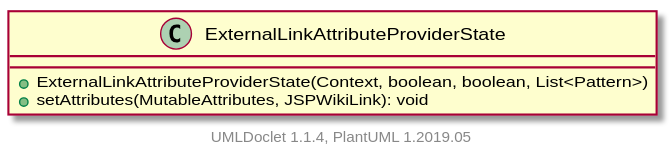
Before: apidocs/2.11.0.M8-SNAPSHOT/org/apache/wiki/markdown/extensions/jspwikilinks/attributeprovider/ExternalLinkAttributeProviderState.svg, a diagram exported from PlantUML (apache/jspwiki-site).
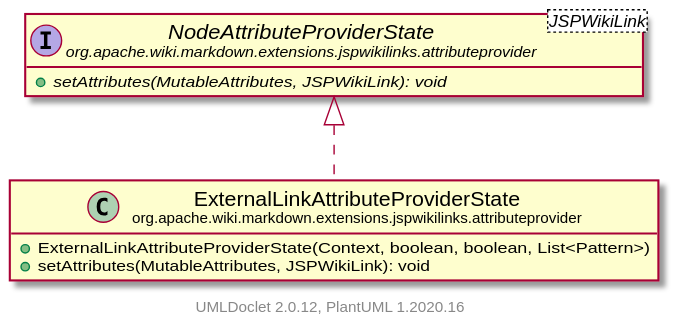
Later version of the same file.

What changed in the source:
```diff
@@ -1,10 +1,18 @@
 @startuml
+    set namespaceSeparator none
+    hide empty fields
+    hide empty methods
 
-    class ExternalLinkAttributeProviderState [[ExternalLinkAttributeProviderState.html]] {
+    class "<size:14>ExternalLinkAttributeProviderState\n<size:10>org.apache.wiki.markdown.extensions.jspwikilinks.attributeprovider" as org.apache.wiki.markdown.extensions.jspwikilinks.attributeprovider.ExternalLinkAttributeProviderState [[ExternalLinkAttributeProviderState.html]] {
         +ExternalLinkAttributeProviderState(Context, boolean, boolean, List<Pattern>)
         +setAttributes(MutableAttributes, JSPWikiLink): void
     }
 
+    interface "<size:14>NodeAttributeProviderState\n<size:10>org.apache.wiki.markdown.extensions.jspwikilinks.attributeprovider" as org.apache.wiki.markdown.extensions.jspwikilinks.attributeprovider.NodeAttributeProviderState<JSPWikiLink> [[NodeAttributeProviderState.html]] {
+        {abstract} +setAttributes(MutableAttributes, JSPWikiLink): void
+    }
 
-    center footer UMLDoclet 1.1.4, PlantUML 1.2019.05
+    org.apache.wiki.markdown.extensions.jspwikilinks.attributeprovider.NodeAttributeProviderState <|.. org.apache.wiki.markdown.extensions.jspwikilinks.attributeprovider.ExternalLinkAttributeProviderState
+
+    center footer UMLDoclet 2.0.12, PlantUML 1.2020.16
 @enduml
```
